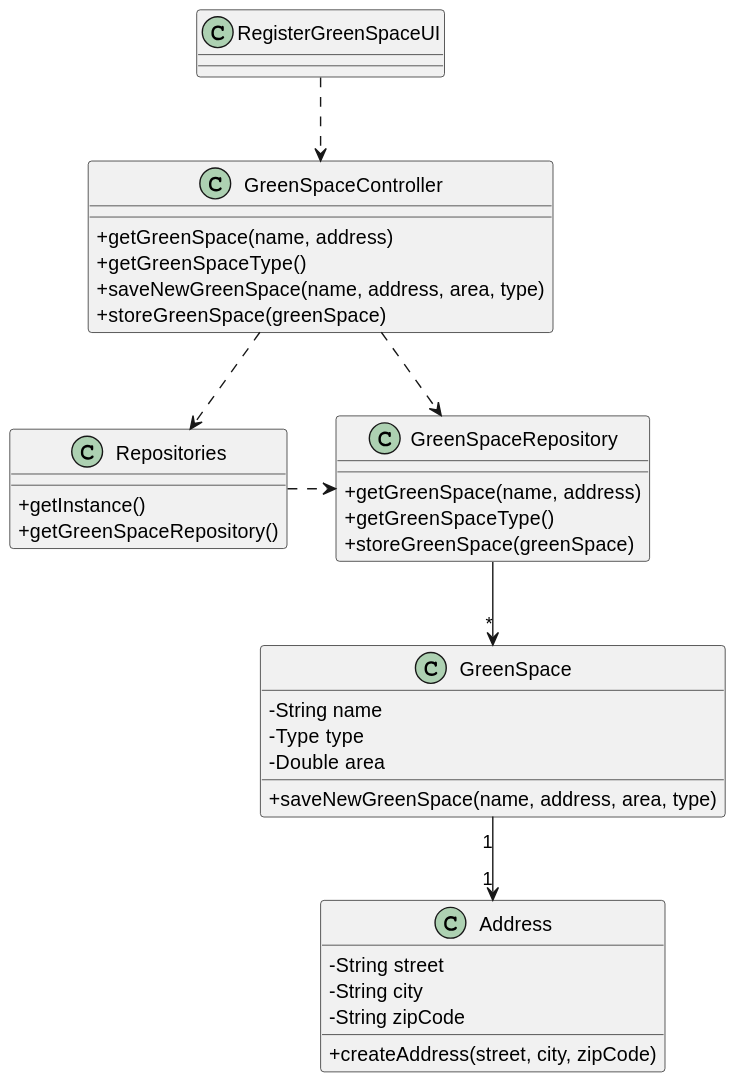
The PlantUML diagram docs/sprintC/us020/03.design/svg/us020-class-diagram.svg in RicardoMorim/lapr2-ISEP-Project, before a commit.
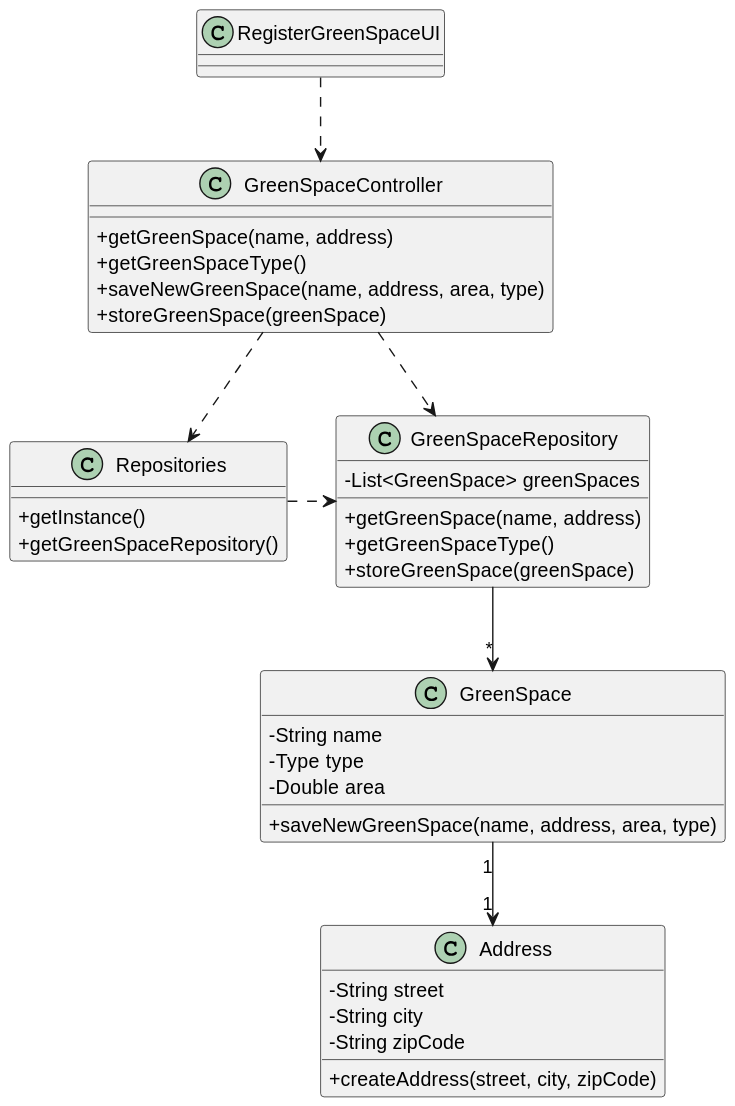
After the change.

Diff of the diagram source:
```diff
@@ -2,6 +2,7 @@
 skinparam packageStyle rectangle
 skinparam shadowing false
 skinparam linetype polyline
+
 
 skinparam classAttributeIconSize 0
 
@@ -19,6 +20,7 @@
 
 
 class GreenSpaceRepository {
+    - List<GreenSpace> greenSpaces
     + getGreenSpace(name, address)
     + getGreenSpaceType()
     + storeGreenSpace(greenSpace)
```
